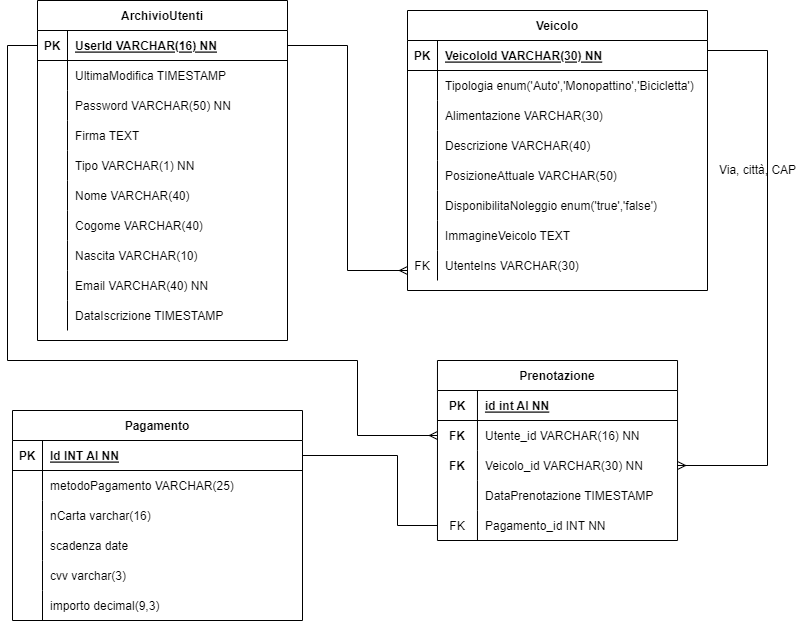
The draw.io diagram spring-vehicle_sharing/ProjectWork.drawio.png in PX-0/Vehicle_Sharing, before a commit. Source tidied: cells renumbered, new cells last; positions are measured from the earlier drawing's top-left corner, leaving out a move shared by most shapes.
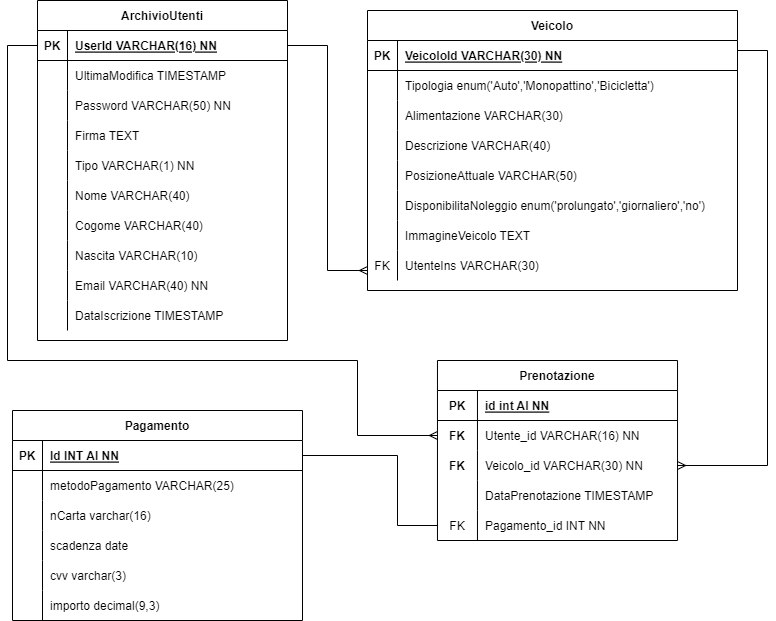
After the commit.

The edit, as a diff of the source:
```diff
@@ -96,79 +96,79 @@
       <mxGeometry x="30" width="220" height="30" as="geometry" />
     </mxCell>
     <mxCell id="33" value="Veicolo" style="shape=table;startSize=30;rowLines=0;fontStyle=1;align=center;" parent="1" vertex="1">
-      <mxGeometry x="400" y="10" width="300" height="280" as="geometry" />
+      <mxGeometry x="360" y="10" width="370" height="280" as="geometry" />
     </mxCell>
     <mxCell id="34" style="shape=partialRectangle;fillColor=none;points=[[0,0.5],[1,0.5]];portConstraint=eastwest;top=0;left=0;right=0;bottom=1;" parent="33" vertex="1">
-      <mxGeometry y="30" width="300" height="30" as="geometry" />
+      <mxGeometry y="30" width="370" height="30" as="geometry" />
     </mxCell>
     <mxCell id="35" value="PK" style="shape=partialRectangle;overflow=hidden;fillColor=none;top=0;left=0;bottom=0;right=0;fontStyle=1;" parent="34" vertex="1">
       <mxGeometry width="30" height="30" as="geometry" />
     </mxCell>
     <mxCell id="36" value="VeicoloId VARCHAR(30) NN" style="shape=partialRectangle;overflow=hidden;fillColor=none;top=0;left=0;bottom=0;right=0;align=left;spacingLeft=6;fontStyle=5;" parent="34" vertex="1">
-      <mxGeometry x="30" width="270" height="30" as="geometry" />
+      <mxGeometry x="30" width="340" height="30" as="geometry" />
     </mxCell>
     <mxCell id="37" style="shape=partialRectangle;fillColor=none;top=0;left=0;right=0;bottom=0;" parent="33" vertex="1">
-      <mxGeometry y="60" width="300" height="30" as="geometry" />
+      <mxGeometry y="60" width="370" height="30" as="geometry" />
     </mxCell>
     <mxCell id="38" style="shape=partialRectangle;overflow=hidden;fillColor=none;top=0;left=0;bottom=0;right=0;" parent="37" vertex="1">
       <mxGeometry width="30" height="30" as="geometry" />
     </mxCell>
     <mxCell id="39" value="Tipologia enum('Auto','Monopattino','Bicicletta')" style="shape=partialRectangle;overflow=hidden;fillColor=none;top=0;left=0;bottom=0;right=0;align=left;spacingLeft=6;" parent="37" vertex="1">
-      <mxGeometry x="30" width="270" height="30" as="geometry" />
+      <mxGeometry x="30" width="340" height="30" as="geometry" />
     </mxCell>
     <mxCell id="40" style="shape=partialRectangle;fillColor=none;top=0;left=0;right=0;bottom=0;" parent="33" vertex="1">
-      <mxGeometry y="90" width="300" height="30" as="geometry" />
+      <mxGeometry y="90" width="370" height="30" as="geometry" />
     </mxCell>
     <mxCell id="41" style="shape=partialRectangle;overflow=hidden;fillColor=none;top=0;left=0;bottom=0;right=0;" parent="40" vertex="1">
       <mxGeometry width="30" height="30" as="geometry" />
     </mxCell>
     <mxCell id="42" value="Alimentazione VARCHAR(30)" style="shape=partialRectangle;overflow=hidden;fillColor=none;top=0;left=0;bottom=0;right=0;align=left;spacingLeft=6;" parent="40" vertex="1">
-      <mxGeometry x="30" width="270" height="30" as="geometry" />
+      <mxGeometry x="30" width="340" height="30" as="geometry" />
     </mxCell>
     <mxCell id="43" style="shape=partialRectangle;fillColor=none;top=0;left=0;right=0;bottom=0;" parent="33" vertex="1">
-      <mxGeometry y="120" width="300" height="30" as="geometry" />
+      <mxGeometry y="120" width="370" height="30" as="geometry" />
     </mxCell>
     <mxCell id="44" style="shape=partialRectangle;overflow=hidden;fillColor=none;top=0;left=0;bottom=0;right=0;" parent="43" vertex="1">
       <mxGeometry width="30" height="30" as="geometry" />
     </mxCell>
     <mxCell id="45" value="Descrizione VARCHAR(40)" style="shape=partialRectangle;overflow=hidden;fillColor=none;top=0;left=0;bottom=0;right=0;align=left;spacingLeft=6;" parent="43" vertex="1">
-      <mxGeometry x="30" width="270" height="30" as="geometry" />
+      <mxGeometry x="30" width="340" height="30" as="geometry" />
     </mxCell>
     <mxCell id="46" style="shape=partialRectangle;fillColor=none;top=0;left=0;right=0;bottom=0;" parent="33" vertex="1">
-      <mxGeometry y="150" width="300" height="30" as="geometry" />
+      <mxGeometry y="150" width="370" height="30" as="geometry" />
     </mxCell>
     <mxCell id="47" style="shape=partialRectangle;overflow=hidden;fillColor=none;top=0;left=0;bottom=0;right=0;" parent="46" vertex="1">
       <mxGeometry width="30" height="30" as="geometry" />
     </mxCell>
     <mxCell id="48" value="PosizioneAttuale VARCHAR(50)" style="shape=partialRectangle;overflow=hidden;fillColor=none;top=0;left=0;bottom=0;right=0;align=left;spacingLeft=6;" parent="46" vertex="1">
-      <mxGeometry x="30" width="270" height="30" as="geometry" />
+      <mxGeometry x="30" width="340" height="30" as="geometry" />
     </mxCell>
     <mxCell id="49" style="shape=partialRectangle;fillColor=none;top=0;left=0;right=0;bottom=0;" parent="33" vertex="1">
-      <mxGeometry y="180" width="300" height="30" as="geometry" />
+      <mxGeometry y="180" width="370" height="30" as="geometry" />
     </mxCell>
     <mxCell id="50" style="shape=partialRectangle;overflow=hidden;fillColor=none;top=0;left=0;bottom=0;right=0;" parent="49" vertex="1">
       <mxGeometry width="30" height="30" as="geometry" />
     </mxCell>
-    <mxCell id="51" value="DisponibilitaNoleggio enum('true','false')" style="shape=partialRectangle;overflow=hidden;fillColor=none;top=0;left=0;bottom=0;right=0;align=left;spacingLeft=6;" parent="49" vertex="1">
-      <mxGeometry x="30" width="270" height="30" as="geometry" />
+    <mxCell id="51" value="DisponibilitaNoleggio enum('prolungato','giornaliero','no')" style="shape=partialRectangle;overflow=hidden;fillColor=none;top=0;left=0;bottom=0;right=0;align=left;spacingLeft=6;" parent="49" vertex="1">
+      <mxGeometry x="30" width="340" height="30" as="geometry" />
     </mxCell>
     <mxCell id="52" style="shape=partialRectangle;fillColor=none;top=0;left=0;right=0;bottom=0;" parent="33" vertex="1">
-      <mxGeometry y="210" width="300" height="30" as="geometry" />
+      <mxGeometry y="210" width="370" height="30" as="geometry" />
     </mxCell>
     <mxCell id="53" style="shape=partialRectangle;overflow=hidden;fillColor=none;top=0;left=0;bottom=0;right=0;" parent="52" vertex="1">
       <mxGeometry width="30" height="30" as="geometry" />
     </mxCell>
     <mxCell id="54" value="ImmagineVeicolo TEXT" style="shape=partialRectangle;overflow=hidden;fillColor=none;top=0;left=0;bottom=0;right=0;align=left;spacingLeft=6;" parent="52" vertex="1">
-      <mxGeometry x="30" width="270" height="30" as="geometry" />
+      <mxGeometry x="30" width="340" height="30" as="geometry" />
     </mxCell>
     <mxCell id="55" style="shape=partialRectangle;fillColor=none;points=[[0,0.5],[1,0.5]];portConstraint=eastwest;top=0;left=0;right=0;bottom=0;" parent="33" vertex="1">
-      <mxGeometry y="240" width="300" height="30" as="geometry" />
+      <mxGeometry y="240" width="370" height="30" as="geometry" />
     </mxCell>
     <mxCell id="56" value="FK" style="shape=partialRectangle;overflow=hidden;fillColor=none;top=0;left=0;bottom=0;right=0;" parent="55" vertex="1">
       <mxGeometry width="30" height="30" as="geometry" />
     </mxCell>
     <mxCell id="57" value="UtenteIns VARCHAR(30)" style="shape=partialRectangle;overflow=hidden;fillColor=none;top=0;left=0;bottom=0;right=0;align=left;spacingLeft=6;" parent="55" vertex="1">
-      <mxGeometry x="30" width="270" height="30" as="geometry" />
+      <mxGeometry x="30" width="340" height="30" as="geometry" />
     </mxCell>
     <mxCell id="58" style="edgeStyle=orthogonalEdgeStyle;rounded=0;jettySize=auto;html=1;endArrow=ERmany;endFill=0;" parent="1" edge="1" source="3" target="64">
       <mxGeometry relative="1" as="geometry">
@@ -239,8 +239,8 @@
     <mxCell id="76" style="edgeStyle=orthogonalEdgeStyle;rounded=0;jettySize=auto;html=1;endArrow=none;endFill=0;startArrow=ERmany;startFill=0;" parent="1" edge="1" source="55" target="3">
       <mxGeometry relative="1" as="geometry">
         <Array as="points">
-          <mxPoint x="340" y="270" />
-          <mxPoint x="340" y="45" />
+          <mxPoint x="320" y="270" />
+          <mxPoint x="320" y="45" />
         </Array>
       </mxGeometry>
     </mxCell>
@@ -309,8 +309,5 @@
     <mxCell id="96" value="importo decimal(9,3)" style="shape=partialRectangle;fillColor=none;top=0;left=0;bottom=0;right=0;align=left;spacingLeft=6;overflow=hidden;" parent="94" vertex="1">
       <mxGeometry x="30" width="260" height="30" as="geometry" />
     </mxCell>
-    <mxCell id="97" value="&lt;font color=&quot;#000000&quot;&gt;Via, città, CAP&lt;/font&gt;" style="text;html=1;align=center;verticalAlign=middle;strokeColor=none;fillColor=none;fontColor=#937b7b;" parent="1" vertex="1">
-      <mxGeometry x="700" y="155" width="100" height="30" as="geometry" />
-    </mxCell>
   </root>
 </mxGraphModel>
```
